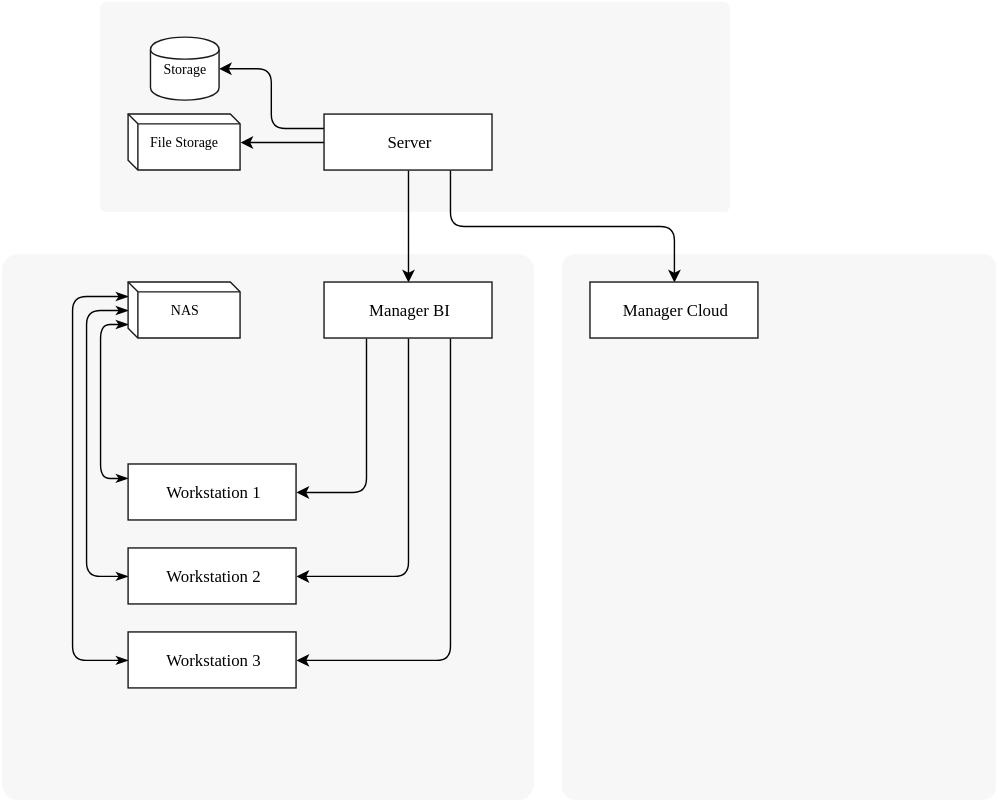
The draw.io diagram docs/docs/developer_docs/img/architecture_diagram.svg in armadillica/flamenco, before a commit. Source tidied: cells renumbered, new cells last; positions are measured from the earlier drawing's top-left corner, leaving out a move shared by most shapes.
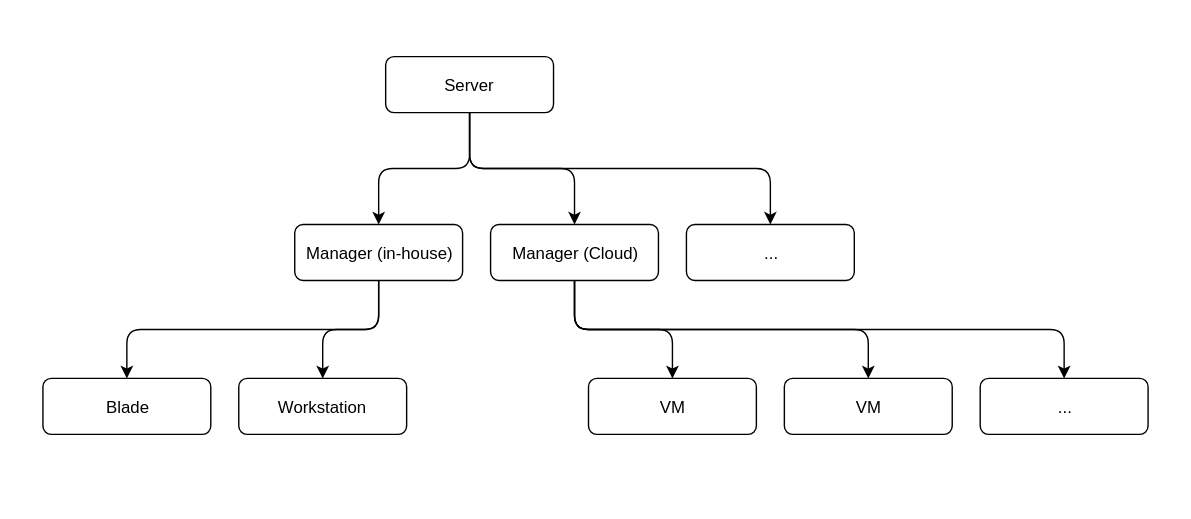
Later version of the same file.

Commit message:
Docs: update architecture_diagram.svg and remove outdated pages

Change to the diagram source:
```diff
@@ -2,82 +2,70 @@
   <root>
     <mxCell id="0" />
     <mxCell id="1" value="Untitled Layer" parent="0" />
-    <mxCell id="2" style="rounded=1;whiteSpace=wrap;html=1;strokeColor=none;strokeWidth=1;fontFamily=Tahoma;fontSize=10;arcSize=3;fillColor=#F7F7F7;" parent="1" vertex="1">
-      <mxGeometry x="70" width="450" height="150" as="geometry" />
-    </mxCell>
-    <mxCell id="3" style="rounded=1;whiteSpace=wrap;html=1;strokeColor=none;strokeWidth=1;fontFamily=Tahoma;fontSize=10;arcSize=3;fillColor=#F7F7F7;" parent="1" vertex="1">
-      <mxGeometry x="400" y="180" width="310" height="390" as="geometry" />
-    </mxCell>
-    <mxCell id="4" style="rounded=1;whiteSpace=wrap;html=1;strokeColor=none;strokeWidth=1;fontFamily=Tahoma;fontSize=10;arcSize=3;fillColor=#F7F7F7;" parent="1" vertex="1">
-      <mxGeometry y="180" width="380" height="390" as="geometry" />
-    </mxCell>
+    <mxCell id="25" style="whiteSpace=wrap;html=1;strokeColor=none;" parent="1" vertex="1">
+      <mxGeometry x="-45" y="40" width="850" height="370" as="geometry" />
+    </mxCell>
     <mxCell id="5" parent="0" />
-    <mxCell id="6" style="edgeStyle=orthogonalEdgeStyle;rounded=1;html=1;exitX=0;exitY=0.5;entryX=1;entryY=0.5;jettySize=auto;fontFamily=Tahoma;fontSize=10;" parent="5" edge="1" source="10" target="17">
-      <mxGeometry relative="1" as="geometry" />
-    </mxCell>
-    <mxCell id="7" style="edgeStyle=orthogonalEdgeStyle;rounded=1;html=1;exitX=0;exitY=0.25;entryX=1;entryY=0.5;jettySize=auto;fontFamily=Tahoma;fontSize=10;" parent="5" edge="1" source="10" target="16">
-      <mxGeometry relative="1" as="geometry" />
-    </mxCell>
-    <mxCell id="8" style="edgeStyle=orthogonalEdgeStyle;rounded=1;html=1;exitX=0.5;exitY=1;entryX=0.5;entryY=0;jettySize=auto;fontFamily=Tahoma;fontSize=10;" parent="5" edge="1" source="10" target="14">
-      <mxGeometry relative="1" as="geometry" />
-    </mxCell>
-    <mxCell id="9" style="edgeStyle=orthogonalEdgeStyle;rounded=1;html=1;exitX=0.75;exitY=1;entryX=0.5;entryY=0;jettySize=auto;fontFamily=Tahoma;fontSize=10;" parent="5" edge="1" source="10" target="15">
-      <mxGeometry relative="1" as="geometry" />
-    </mxCell>
+    <mxCell id="26" style="edgeStyle=orthogonalEdgeStyle;rounded=1;html=1;jettySize=auto;exitX=0.5;exitY=1;" parent="5" edge="1" source="10" target="31">
+      <mxGeometry relative="1" as="geometry">
+        <Array as="points">
+          <mxPoint x="290" y="160" />
+          <mxPoint x="225" y="160" />
+        </Array>
+      </mxGeometry>
+    </mxCell>
+    <mxCell id="27" style="edgeStyle=orthogonalEdgeStyle;html=1;exitX=0.5;exitY=1;jettySize=auto;entryX=0.5;entryY=0;rounded=1;" parent="5" edge="1" source="10" target="35">
+      <mxGeometry relative="1" as="geometry">
+        <Array as="points">
+          <mxPoint x="290" y="160" />
+          <mxPoint x="365" y="160" />
+        </Array>
+      </mxGeometry>
+    </mxCell>
+    <mxCell id="28" style="edgeStyle=orthogonalEdgeStyle;rounded=1;html=1;exitX=0.5;exitY=1;entryX=0.5;entryY=0;jettySize=auto;" parent="5" edge="1" source="10" target="40">
+      <mxGeometry relative="1" as="geometry" />
+    </mxCell>
-    <mxCell id="10" value="Server" style="whiteSpace=wrap;html=1;fontFamily=Tahoma;strokeWidth=1;strokeColor=#1A1A1A;fontStyle=0;" parent="5" vertex="1">
+    <mxCell id="10" value="Server" style="rounded=1;whiteSpace=wrap;html=1;strokeColor=#000000;" parent="5" vertex="1">
       <mxGeometry x="230" y="80" width="120" height="40" as="geometry" />
     </mxCell>
-    <mxCell id="11" style="edgeStyle=orthogonalEdgeStyle;rounded=1;html=1;exitX=0.5;exitY=1;entryX=1;entryY=0.5;jettySize=auto;fontFamily=Tahoma;fontSize=10;" parent="5" edge="1" source="14" target="23">
-      <mxGeometry relative="1" as="geometry" />
-    </mxCell>
-    <mxCell id="12" style="edgeStyle=orthogonalEdgeStyle;rounded=1;html=1;exitX=0.25;exitY=1;entryX=1;entryY=0.5;jettySize=auto;fontFamily=Tahoma;fontSize=10;" parent="5" edge="1" source="14" target="22">
-      <mxGeometry relative="1" as="geometry" />
-    </mxCell>
-    <mxCell id="13" style="edgeStyle=orthogonalEdgeStyle;rounded=1;html=1;exitX=0.75;exitY=1;entryX=1;entryY=0.5;jettySize=auto;fontFamily=Tahoma;fontSize=10;" parent="5" edge="1" source="14" target="24">
-      <mxGeometry relative="1" as="geometry" />
-    </mxCell>
-    <mxCell id="14" value="Manager BI" style="whiteSpace=wrap;html=1;fontFamily=Tahoma;strokeWidth=1;strokeColor=#1A1A1A;fontStyle=0;" parent="5" vertex="1">
-      <mxGeometry x="230" y="200" width="120" height="40" as="geometry" />
-    </mxCell>
-    <mxCell id="15" value="Manager Cloud" style="whiteSpace=wrap;html=1;fontFamily=Tahoma;strokeWidth=1;strokeColor=#1A1A1A;fontStyle=0;" parent="5" vertex="1">
-      <mxGeometry x="420" y="200" width="120" height="40" as="geometry" />
-    </mxCell>
-    <mxCell id="16" value="Storage" style="shape=cylinder;whiteSpace=wrap;html=1;strokeColor=#1A1A1A;strokeWidth=1;fontFamily=Tahoma;fontSize=10;" parent="5" vertex="1">
-      <mxGeometry x="106" y="25" width="49" height="45" as="geometry" />
-    </mxCell>
-    <mxCell id="17" value="File Storage" style="shape=cube;whiteSpace=wrap;html=1;strokeColor=#1A1A1A;strokeWidth=1;fontFamily=Tahoma;size=7;fontSize=10;" parent="5" vertex="1">
-      <mxGeometry x="90" y="80" width="80" height="40" as="geometry" />
-    </mxCell>
-    <mxCell id="18" style="edgeStyle=orthogonalEdgeStyle;rounded=1;html=1;exitX=0;exitY=0.75;entryX=0;entryY=0.25;jettySize=auto;fontFamily=Tahoma;fontSize=10;startArrow=classicThin;startFill=1;endArrow=classicThin;endFill=1;" parent="5" edge="1" source="21" target="22">
-      <mxGeometry relative="1" as="geometry" />
-    </mxCell>
-    <mxCell id="19" style="edgeStyle=orthogonalEdgeStyle;rounded=1;html=1;exitX=0;exitY=0.5;entryX=0;entryY=0.5;jettySize=auto;fontFamily=Tahoma;fontSize=10;startArrow=classicThin;startFill=1;endArrow=classicThin;endFill=1;" parent="5" edge="1" source="21" target="23">
-      <mxGeometry relative="1" as="geometry">
-        <Array as="points">
-          <mxPoint x="60" y="220" />
-          <mxPoint x="60" y="410" />
-        </Array>
-      </mxGeometry>
-    </mxCell>
-    <mxCell id="20" style="edgeStyle=orthogonalEdgeStyle;rounded=1;html=1;exitX=0;exitY=0.25;entryX=0;entryY=0.5;jettySize=auto;fontFamily=Tahoma;fontSize=10;startArrow=classicThin;startFill=1;endArrow=classicThin;endFill=1;" parent="5" edge="1" source="21" target="24">
-      <mxGeometry relative="1" as="geometry">
-        <Array as="points">
-          <mxPoint x="50" y="210" />
-          <mxPoint x="50" y="470" />
-        </Array>
-      </mxGeometry>
-    </mxCell>
-    <mxCell id="21" value="NAS" style="shape=cube;whiteSpace=wrap;html=1;strokeColor=#1A1A1A;strokeWidth=1;fontFamily=Tahoma;size=7;fontSize=10;" parent="5" vertex="1">
-      <mxGeometry x="90" y="200" width="80" height="40" as="geometry" />
-    </mxCell>
-    <mxCell id="22" value="Workstation 1" style="whiteSpace=wrap;html=1;fontFamily=Tahoma;strokeWidth=1;strokeColor=#1A1A1A;fontStyle=0;" parent="5" vertex="1">
-      <mxGeometry x="90" y="330" width="120" height="40" as="geometry" />
-    </mxCell>
-    <mxCell id="23" value="Workstation 2" style="whiteSpace=wrap;html=1;fontFamily=Tahoma;strokeWidth=1;strokeColor=#1A1A1A;fontStyle=0;" parent="5" vertex="1">
-      <mxGeometry x="90" y="390" width="120" height="40" as="geometry" />
-    </mxCell>
-    <mxCell id="24" value="Workstation 3" style="whiteSpace=wrap;html=1;fontFamily=Tahoma;strokeWidth=1;strokeColor=#1A1A1A;fontStyle=0;" parent="5" vertex="1">
-      <mxGeometry x="90" y="450" width="120" height="40" as="geometry" />
-    </mxCell>
+    <mxCell id="29" style="edgeStyle=orthogonalEdgeStyle;rounded=1;html=1;exitX=0.5;exitY=1;jettySize=auto;" parent="5" edge="1" source="31" target="36">
+      <mxGeometry relative="1" as="geometry" />
+    </mxCell>
+    <mxCell id="30" style="edgeStyle=orthogonalEdgeStyle;rounded=1;html=1;exitX=0.5;exitY=1;entryX=0.5;entryY=0;jettySize=auto;" parent="5" edge="1" source="31" target="37">
+      <mxGeometry relative="1" as="geometry" />
+    </mxCell>
+    <mxCell id="31" value="Manager (in-house)" style="rounded=1;whiteSpace=wrap;html=1;strokeColor=#000000;" parent="5" vertex="1">
+      <mxGeometry x="165" y="200" width="120" height="40" as="geometry" />
+    </mxCell>
+    <mxCell id="32" style="edgeStyle=orthogonalEdgeStyle;rounded=1;html=1;exitX=0.5;exitY=1;jettySize=auto;" parent="5" edge="1" source="35" target="38">
+      <mxGeometry relative="1" as="geometry" />
+    </mxCell>
+    <mxCell id="33" style="edgeStyle=orthogonalEdgeStyle;rounded=1;html=1;exitX=0.5;exitY=1;entryX=0.5;entryY=0;jettySize=auto;" parent="5" edge="1" source="35" target="39">
+      <mxGeometry relative="1" as="geometry" />
+    </mxCell>
+    <mxCell id="34" style="edgeStyle=orthogonalEdgeStyle;rounded=1;html=1;exitX=0.5;exitY=1;entryX=0.5;entryY=0;jettySize=auto;" parent="5" edge="1" source="35" target="41">
+      <mxGeometry relative="1" as="geometry" />
+    </mxCell>
+    <mxCell id="35" value="Manager (Cloud)" style="rounded=1;whiteSpace=wrap;html=1;strokeColor=#000000;" parent="5" vertex="1">
+      <mxGeometry x="305" y="200" width="120" height="40" as="geometry" />
+    </mxCell>
+    <mxCell id="36" value="Blade" style="rounded=1;whiteSpace=wrap;html=1;strokeColor=#000000;" parent="5" vertex="1">
+      <mxGeometry x="-15" y="310" width="120" height="40" as="geometry" />
+    </mxCell>
+    <mxCell id="37" value="Workstation" style="rounded=1;whiteSpace=wrap;html=1;strokeColor=#000000;" parent="5" vertex="1">
+      <mxGeometry x="125" y="310" width="120" height="40" as="geometry" />
+    </mxCell>
+    <mxCell id="38" value="VM" style="rounded=1;whiteSpace=wrap;html=1;strokeColor=#000000;" parent="5" vertex="1">
+      <mxGeometry x="375" y="310" width="120" height="40" as="geometry" />
+    </mxCell>
+    <mxCell id="39" value="VM" style="rounded=1;whiteSpace=wrap;html=1;strokeColor=#000000;" parent="5" vertex="1">
+      <mxGeometry x="515" y="310" width="120" height="40" as="geometry" />
+    </mxCell>
+    <mxCell id="40" value="..." style="rounded=1;whiteSpace=wrap;html=1;strokeColor=#000000;" parent="5" vertex="1">
+      <mxGeometry x="445" y="200" width="120" height="40" as="geometry" />
+    </mxCell>
+    <mxCell id="41" value="..." style="rounded=1;whiteSpace=wrap;html=1;strokeColor=#000000;" parent="5" vertex="1">
+      <mxGeometry x="655" y="310" width="120" height="40" as="geometry" />
+    </mxCell>
   </root>
 </mxGraphModel>
```
